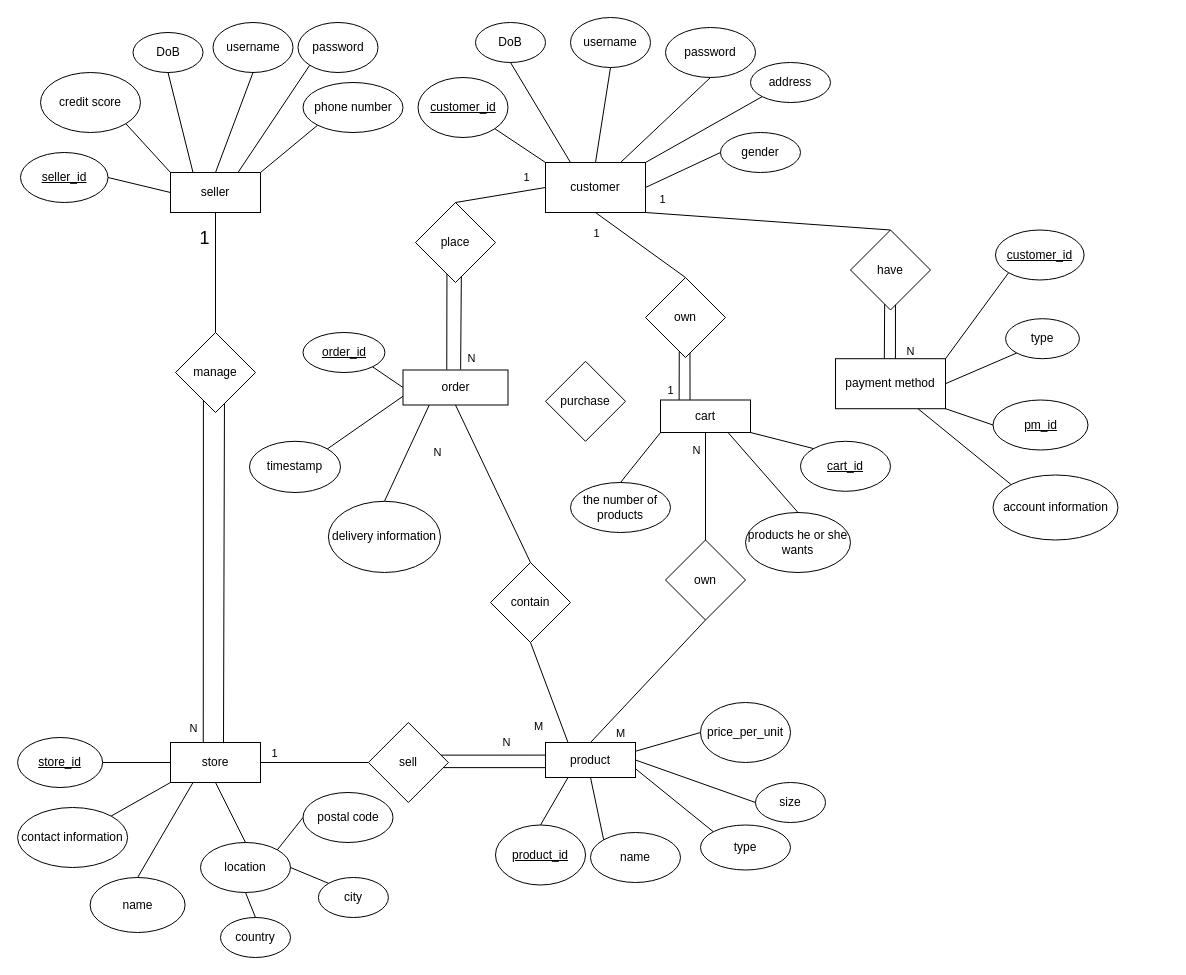
zhangnailiang/ER keeps this draw.io diagram as 9311-assignment-1.drawio. Above is the earlier version. Source tidied: cells renumbered, new cells numbered last; positions are measured from the earlier drawing's top-left corner, leaving out a move shared by most shapes. Both pictures are drawn from the tidied source at 100%, with x=0, y=0 at pixel (17, 17).
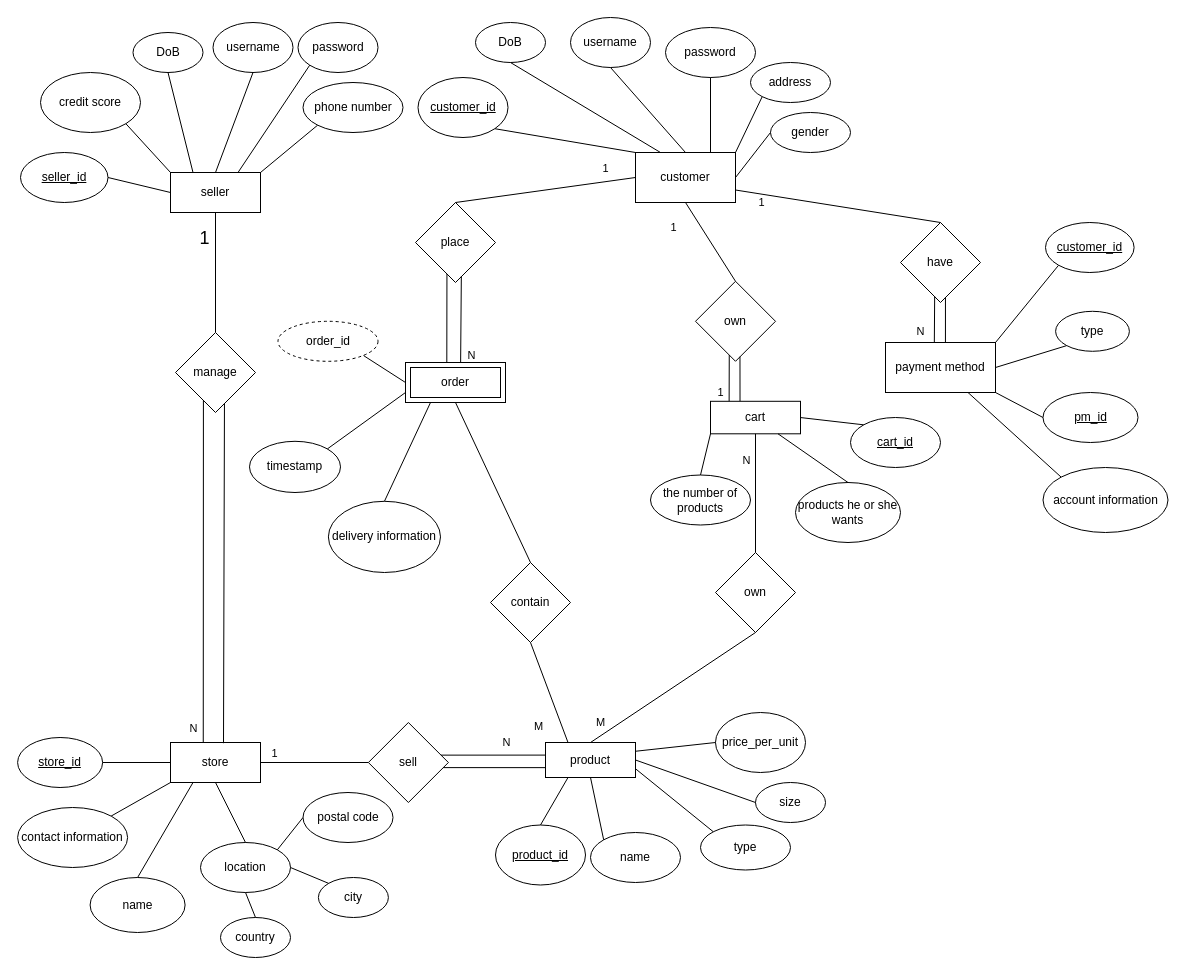
The same page after the edit.

The change refers to these unchanged cells:
```xml
<mxCell id="43" value="place" style="rhombus;whiteSpace=wrap;html=1;" parent="1" vertex="1">
  <mxGeometry x="398" y="185" width="80" height="80" as="geometry" />
</mxCell>
<mxCell id="49" value="contain" style="rhombus;whiteSpace=wrap;html=1;" parent="1" vertex="1">
  <mxGeometry x="473" y="545" width="80" height="80" as="geometry" />
</mxCell>
<mxCell id="75" style="endArrow=none;html=1;rounded=0;entryX=0.5;entryY=1;entryDx=0;entryDy=0;exitX=0.5;exitY=0;exitDx=0;exitDy=0;" parent="1" edge="1" source="24" target="72">
  <mxGeometry relative="1" as="geometry" />
</mxCell>
<mxCell id="81" style="endArrow=none;html=1;rounded=0;entryX=0.562;entryY=0.934;entryDx=0;entryDy=0;entryPerimeter=0;exitX=0.545;exitY=-0.003;exitDx=0;exitDy=0;exitPerimeter=0;" parent="1" edge="1" source="57" target="77">
  <mxGeometry relative="1" as="geometry" />
</mxCell>
```

The edit, as a diff of the source:
```diff
@@
     <mxCell id="17" value="customer" style="rounded=0;whiteSpace=wrap;html=1;" parent="1" vertex="1">
-      <mxGeometry x="528" y="145" width="100" height="50" as="geometry" />
+      <mxGeometry x="618" y="135" width="100" height="50" as="geometry" />
     </mxCell>
@@
     <mxCell id="22" value="gender" style="ellipse;whiteSpace=wrap;html=1;" parent="1" vertex="1">
-      <mxGeometry x="703" y="115" width="80" height="40" as="geometry" />
+      <mxGeometry x="753" y="95" width="80" height="40" as="geometry" />
     </mxCell>
@@
     <mxCell id="29" value="price_per_unit" style="ellipse;whiteSpace=wrap;html=1;" parent="1" vertex="1">
-      <mxGeometry x="683" y="685" width="90" height="60" as="geometry" />
+      <mxGeometry x="698" y="695" width="90" height="60" as="geometry" />
     </mxCell>
-    <mxCell id="30" value="order" style="rounded=0;whiteSpace=wrap;html=1;" parent="1" vertex="1">
-      <mxGeometry x="385.5" y="352.5" width="105" height="35" as="geometry" />
-    </mxCell>
     <mxCell id="31" value="&lt;u&gt;cart_id&lt;/u&gt;" style="ellipse;whiteSpace=wrap;html=1;" parent="1" vertex="1">
-      <mxGeometry x="783" y="423.8" width="90" height="50" as="geometry" />
+      <mxGeometry x="833" y="400" width="90" height="50" as="geometry" />
     </mxCell>
     <mxCell id="32" value="the number of products" style="ellipse;whiteSpace=wrap;html=1;" parent="1" vertex="1">
-      <mxGeometry x="553" y="465" width="100" height="50" as="geometry" />
+      <mxGeometry x="633" y="457.5" width="100" height="50" as="geometry" />
     </mxCell>
@@
-    <mxCell id="42" value="purchase" style="rhombus;whiteSpace=wrap;html=1;" parent="1" vertex="1">
-      <mxGeometry x="528" y="343.8" width="80" height="80" as="geometry" />
-    </mxCell>
@@
-    <mxCell id="46" style="endArrow=none;html=1;rounded=0;entryX=0.393;entryY=0.893;entryDx=0;entryDy=0;entryPerimeter=0;exitX=0.417;exitY=-0.008;exitDx=0;exitDy=0;exitPerimeter=0;" parent="1" edge="1" source="30" target="43">
-      <mxGeometry relative="1" as="geometry" />
+    <mxCell id="46" style="endArrow=none;html=1;rounded=0;entryX=0.393;entryY=0.893;entryDx=0;entryDy=0;entryPerimeter=0;exitX=0.417;exitY=-0.008;exitDx=0;exitDy=0;exitPerimeter=0;" parent="1" edge="1" target="43">
+      <mxGeometry relative="1" as="geometry">
+        <mxPoint x="429.3" y="348.5" as="sourcePoint" />
+      </mxGeometry>
     </mxCell>
-    <mxCell id="47" style="endArrow=none;html=1;rounded=0;entryX=0.573;entryY=0.922;entryDx=0;entryDy=0;entryPerimeter=0;exitX=0.549;exitY=-0.013;exitDx=0;exitDy=0;exitPerimeter=0;" parent="1" edge="1" source="30" target="43">
-      <mxGeometry relative="1" as="geometry" />
+    <mxCell id="47" style="endArrow=none;html=1;rounded=0;entryX=0.573;entryY=0.922;entryDx=0;entryDy=0;entryPerimeter=0;exitX=0.549;exitY=-0.013;exitDx=0;exitDy=0;exitPerimeter=0;" parent="1" edge="1" target="43">
+      <mxGeometry relative="1" as="geometry">
+        <mxPoint x="443.1" y="348.3" as="sourcePoint" />
+      </mxGeometry>
     </mxCell>
@@
-    <mxCell id="50" style="endArrow=none;html=1;rounded=0;entryX=0.5;entryY=1;entryDx=0;entryDy=0;exitX=0.5;exitY=0;exitDx=0;exitDy=0;" parent="1" edge="1" source="49" target="30">
+    <mxCell id="50" style="endArrow=none;html=1;rounded=0;exitX=0.5;exitY=0;exitDx=0;exitDy=0;entryX=0.5;entryY=1;entryDx=0;entryDy=0;" parent="1" edge="1" source="49" target="30">
       <mxGeometry relative="1" as="geometry" />
     </mxCell>
-    <mxCell id="51" value="N" style="edgeLabel;html=1;align=center;verticalAlign=middle;" parent="50" vertex="1">
-      <mxGeometry x="-0.22" relative="1" as="geometry">
-        <mxPoint x="-64" y="-49" as="offset" />
-      </mxGeometry>
-    </mxCell>
@@
     <mxCell id="57" value="payment method" style="rounded=0;whiteSpace=wrap;html=1;" parent="1" vertex="1">
-      <mxGeometry x="818" y="341.2" width="110" height="50" as="geometry" />
+      <mxGeometry x="868" y="325" width="110" height="50" as="geometry" />
     </mxCell>
     <mxCell id="58" value="cart" style="rounded=0;whiteSpace=wrap;html=1;" parent="1" vertex="1">
-      <mxGeometry x="643" y="382.5" width="90" height="32.5" as="geometry" />
+      <mxGeometry x="693" y="383.8" width="90" height="32.5" as="geometry" />
     </mxCell>
-    <mxCell id="59" value="&lt;u&gt;order_id&lt;/u&gt;" style="ellipse;whiteSpace=wrap;html=1;" parent="1" vertex="1">
-      <mxGeometry x="285.5" y="315" width="81.9" height="40" as="geometry" />
-    </mxCell>
@@
     <mxCell id="62" value="&lt;u&gt;customer_id&lt;/u&gt;" style="ellipse;whiteSpace=wrap;html=1;" parent="1" vertex="1">
-      <mxGeometry x="978" y="212.5" width="88.6" height="50" as="geometry" />
+      <mxGeometry x="1028" y="205" width="88.6" height="50" as="geometry" />
     </mxCell>
     <mxCell id="63" value="&lt;u&gt;pm_id&lt;/u&gt;" style="ellipse;whiteSpace=wrap;html=1;" parent="1" vertex="1">
-      <mxGeometry x="975.5" y="382.5" width="95" height="50" as="geometry" />
+      <mxGeometry x="1025.5" y="375" width="95" height="50" as="geometry" />
     </mxCell>
     <mxCell id="64" value="type" style="ellipse;whiteSpace=wrap;html=1;" parent="1" vertex="1">
-      <mxGeometry x="988.1" y="301.2" width="73.8" height="40" as="geometry" />
+      <mxGeometry x="1038.1" y="293.8" width="73.8" height="40" as="geometry" />
     </mxCell>
     <mxCell id="65" value="account information" style="ellipse;whiteSpace=wrap;html=1;" parent="1" vertex="1">
-      <mxGeometry x="975.5" y="457.5" width="125" height="65" as="geometry" />
+      <mxGeometry x="1025.5" y="450" width="125" height="65" as="geometry" />
     </mxCell>
     <mxCell id="66" value="own" style="rhombus;whiteSpace=wrap;html=1;" parent="1" vertex="1">
-      <mxGeometry x="628" y="260" width="80" height="80" as="geometry" />
+      <mxGeometry x="678" y="263.8" width="80" height="80" as="geometry" />
     </mxCell>
@@
     <mxCell id="72" value="own" style="rhombus;whiteSpace=wrap;html=1;" parent="1" vertex="1">
-      <mxGeometry x="648" y="522.5" width="80" height="80" as="geometry" />
+      <mxGeometry x="698" y="535" width="80" height="80" as="geometry" />
     </mxCell>
@@
     <mxCell id="76" value="M" style="edgeLabel;html=1;align=center;verticalAlign=middle;" parent="75" vertex="1">
       <mxGeometry x="0.76" relative="1" as="geometry">
-        <mxPoint x="-72" y="98" as="offset" />
+        <mxPoint x="-136" y="77" as="offset" />
       </mxGeometry>
     </mxCell>
     <mxCell id="77" value="have" style="rhombus;whiteSpace=wrap;html=1;" parent="1" vertex="1">
-      <mxGeometry x="833" y="212.5" width="80" height="80" as="geometry" />
+      <mxGeometry x="883" y="205" width="80" height="80" as="geometry" />
     </mxCell>
-    <mxCell id="78" style="endArrow=none;html=1;rounded=0;entryX=1;entryY=1;entryDx=0;entryDy=0;exitX=0.5;exitY=0;exitDx=0;exitDy=0;" parent="1" edge="1" source="77" target="17">
+    <mxCell id="78" style="endArrow=none;html=1;rounded=0;entryX=1;entryY=0.75;entryDx=0;entryDy=0;exitX=0.5;exitY=0;exitDx=0;exitDy=0;" parent="1" edge="1" source="77" target="17">
       <mxGeometry relative="1" as="geometry" />
     </mxCell>
     <mxCell id="79" value="1" style="edgeLabel;html=1;align=center;verticalAlign=middle;" parent="78" vertex="1">
       <mxGeometry x="0.79" relative="1" as="geometry">
-        <mxPoint x="-9" y="-15" as="offset" />
+        <mxPoint x="4" y="9" as="offset" />
       </mxGeometry>
     </mxCell>
@@
     <mxCell id="82" value="N" style="edgeLabel;html=1;align=center;verticalAlign=middle;" parent="81" vertex="1">
       <mxGeometry x="-0.35" y="-2" relative="1" as="geometry">
-        <mxPoint x="13" y="9" as="offset" />
+        <mxPoint x="-27" y="4" as="offset" />
       </mxGeometry>
     </mxCell>
@@
     <mxCell id="87" value="products he or she wants" style="ellipse;whiteSpace=wrap;html=1;" parent="1" vertex="1">
-      <mxGeometry x="728" y="495" width="105" height="60" as="geometry" />
+      <mxGeometry x="778" y="465" width="105" height="60" as="geometry" />
     </mxCell>
@@
-    <mxCell id="89" style="endArrow=none;html=1;rounded=0;entryX=1;entryY=1;entryDx=0;entryDy=0;exitX=0;exitY=0;exitDx=0;exitDy=0;" parent="1" edge="1" source="31" target="58">
+    <mxCell id="89" style="endArrow=none;html=1;rounded=0;entryX=1;entryY=0.5;entryDx=0;entryDy=0;exitX=0;exitY=0;exitDx=0;exitDy=0;" parent="1" edge="1" source="31" target="58">
       <mxGeometry relative="1" as="geometry" />
     </mxCell>
@@
-    <mxCell id="115" style="endArrow=none;html=1;rounded=0;entryX=0;entryY=0.5;entryDx=0;entryDy=0;exitX=1;exitY=1;exitDx=0;exitDy=0;" parent="1" edge="1" source="59" target="30">
+    <mxCell id="115" style="endArrow=none;html=1;rounded=0;exitX=1;exitY=1;exitDx=0;exitDy=0;entryX=0;entryY=0.5;entryDx=0;entryDy=0;" parent="1" edge="1" source="59" target="30">
       <mxGeometry relative="1" as="geometry" />
     </mxCell>
@@
+    <mxCell id="59" value="order_id" style="ellipse;whiteSpace=wrap;html=1;align=center;dashed=1;" parent="1" vertex="1">
+      <mxGeometry x="260.5" y="303.8" width="100" height="40" as="geometry" />
+    </mxCell>
+    <mxCell id="30" value="order" style="shape=ext;margin=3;double=1;whiteSpace=wrap;html=1;align=center;" parent="1" vertex="1">
+      <mxGeometry x="388" y="345" width="100" height="40" as="geometry" />
+    </mxCell>
```
